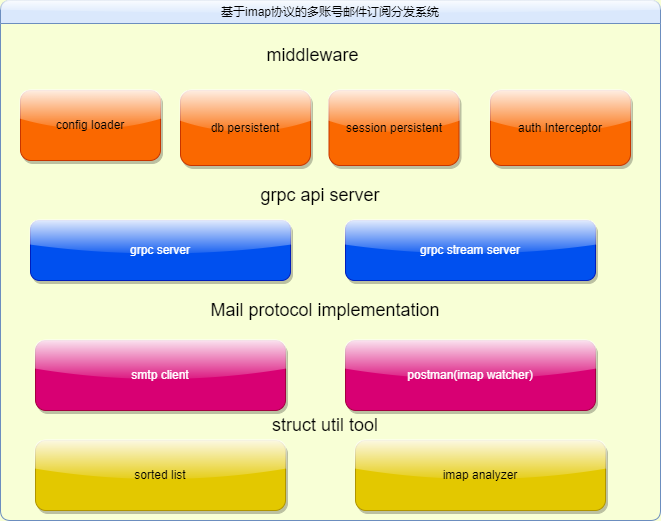
The draw.io diagram doc/image/系统架构图.png in wujunwei/gomail, before a commit. Source tidied: cells renumbered, new cells last; positions are measured from the earlier drawing's top-left corner, leaving out a move shared by most shapes. Source of this version:
```xml
<mxGraphModel background="#F8FFD6" shadow="1">
  <root>
    <mxCell id="0" />
    <mxCell id="1" parent="0" />
    <mxCell id="2" value="&lt;span style=&quot;font-weight: 400; text-align: left;&quot;&gt;基于imap协议的多账号邮件订阅分发系统&lt;/span&gt;" style="swimlane;whiteSpace=wrap;html=1;fillColor=#DAE8FC;strokeColor=#6c8ebf;rounded=1;sketch=0;glass=1;" parent="1" vertex="1">
      <mxGeometry width="660" height="520" as="geometry" />
    </mxCell>
    <mxCell id="3" value="config loader" style="rounded=1;whiteSpace=wrap;html=1;fillColor=#fa6800;strokeColor=#C73500;glass=1;shadow=1;fontColor=#000000;" parent="2" vertex="1">
      <mxGeometry x="20" y="90" width="140" height="70" as="geometry" />
    </mxCell>
    <mxCell id="4" value="db persistent" style="rounded=1;whiteSpace=wrap;html=1;fillColor=#fa6800;strokeColor=#C73500;sketch=0;shadow=1;glass=1;fontColor=#000000;" parent="2" vertex="1">
      <mxGeometry x="180" y="90" width="130" height="75" as="geometry" />
    </mxCell>
    <mxCell id="5" value="session persistent" style="rounded=1;whiteSpace=wrap;html=1;fillColor=#fa6800;strokeColor=#C73500;sketch=0;shadow=1;glass=1;fontColor=#000000;" parent="2" vertex="1">
      <mxGeometry x="328.5" y="90" width="130" height="75" as="geometry" />
    </mxCell>
    <mxCell id="6" value="auth Interceptor" style="rounded=1;whiteSpace=wrap;html=1;fillColor=#fa6800;strokeColor=#C73500;sketch=0;shadow=1;glass=1;fontColor=#000000;" parent="2" vertex="1">
      <mxGeometry x="490" y="90" width="140" height="75" as="geometry" />
    </mxCell>
    <mxCell id="7" value="grpc stream server" style="rounded=1;whiteSpace=wrap;html=1;shadow=1;glass=1;sketch=0;fillColor=#0050ef;fontColor=#ffffff;strokeColor=#001DBC;" parent="2" vertex="1">
      <mxGeometry x="345" y="220" width="250" height="60" as="geometry" />
    </mxCell>
    <mxCell id="8" value="grpc server" style="rounded=1;whiteSpace=wrap;html=1;shadow=1;glass=1;sketch=0;fillColor=#0050ef;fontColor=#ffffff;strokeColor=#001DBC;" parent="2" vertex="1">
      <mxGeometry x="30" y="220" width="260" height="60" as="geometry" />
    </mxCell>
    <mxCell id="9" value="smtp client" style="rounded=1;whiteSpace=wrap;html=1;fillColor=#d80073;strokeColor=#A50040;glass=1;shadow=1;fontColor=#ffffff;" parent="2" vertex="1">
      <mxGeometry x="35" y="340" width="250" height="70" as="geometry" />
    </mxCell>
    <mxCell id="10" value="postman(imap watcher)" style="rounded=1;whiteSpace=wrap;html=1;fillColor=#d80073;strokeColor=#A50040;glass=1;shadow=1;fontColor=#ffffff;" parent="2" vertex="1">
      <mxGeometry x="345" y="340" width="250" height="70" as="geometry" />
    </mxCell>
    <mxCell id="11" value="sorted list" style="rounded=1;whiteSpace=wrap;html=1;fillColor=#e3c800;strokeColor=#B09500;glass=1;shadow=1;fontColor=#000000;" parent="2" vertex="1">
      <mxGeometry x="35" y="440" width="250" height="70" as="geometry" />
    </mxCell>
    <mxCell id="12" value="imap&amp;nbsp;analyzer" style="rounded=1;whiteSpace=wrap;html=1;fillColor=#e3c800;strokeColor=#B09500;glass=1;shadow=1;fontColor=#000000;" parent="2" vertex="1">
      <mxGeometry x="355" y="440" width="250" height="70" as="geometry" />
    </mxCell>
    <mxCell id="13" value="&lt;font style=&quot;font-size: 18px;&quot;&gt;struct util tool&lt;/font&gt;" style="text;html=1;strokeColor=none;fillColor=none;align=center;verticalAlign=middle;whiteSpace=wrap;rounded=0;shadow=1;glass=1;sketch=0;" parent="2" vertex="1">
      <mxGeometry x="255" y="410" width="140" height="30" as="geometry" />
    </mxCell>
    <mxCell id="14" value="Mail protocol implementation" style="text;html=1;strokeColor=none;fillColor=none;align=center;verticalAlign=middle;whiteSpace=wrap;rounded=0;shadow=1;glass=1;sketch=0;fontSize=18;" parent="2" vertex="1">
      <mxGeometry x="170" y="295" width="310" height="30" as="geometry" />
    </mxCell>
    <mxCell id="15" value="grpc api server" style="text;html=1;strokeColor=none;fillColor=none;align=center;verticalAlign=middle;whiteSpace=wrap;rounded=0;shadow=1;glass=1;sketch=0;fontSize=18;" parent="2" vertex="1">
      <mxGeometry x="165" y="180" width="310" height="30" as="geometry" />
    </mxCell>
    <mxCell id="16" value="middleware" style="text;html=1;strokeColor=none;fillColor=none;align=center;verticalAlign=middle;whiteSpace=wrap;rounded=0;shadow=1;glass=1;sketch=0;fontSize=18;" parent="2" vertex="1">
      <mxGeometry x="210" y="40" width="205" height="30" as="geometry" />
    </mxCell>
  </root>
</mxGraphModel>
```
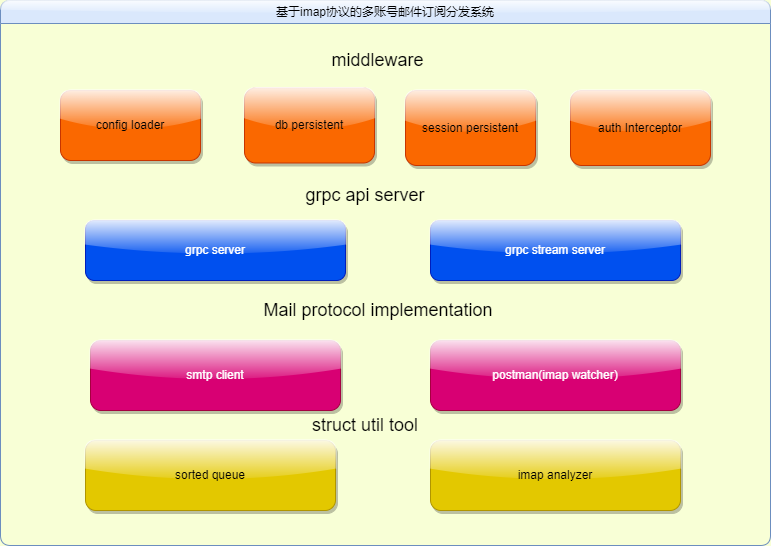
Later version of the same file.

What changed in the source:
```diff
@@ -3,49 +3,49 @@
     <mxCell id="0" />
     <mxCell id="1" parent="0" />
     <mxCell id="2" value="&lt;span style=&quot;font-weight: 400; text-align: left;&quot;&gt;基于imap协议的多账号邮件订阅分发系统&lt;/span&gt;" style="swimlane;whiteSpace=wrap;html=1;fillColor=#DAE8FC;strokeColor=#6c8ebf;rounded=1;sketch=0;glass=1;" parent="1" vertex="1">
-      <mxGeometry width="660" height="520" as="geometry" />
+      <mxGeometry width="770" height="545" as="geometry" />
     </mxCell>
     <mxCell id="3" value="config loader" style="rounded=1;whiteSpace=wrap;html=1;fillColor=#fa6800;strokeColor=#C73500;glass=1;shadow=1;fontColor=#000000;" parent="2" vertex="1">
-      <mxGeometry x="20" y="90" width="140" height="70" as="geometry" />
+      <mxGeometry x="60" y="90" width="140" height="70" as="geometry" />
     </mxCell>
     <mxCell id="4" value="db persistent" style="rounded=1;whiteSpace=wrap;html=1;fillColor=#fa6800;strokeColor=#C73500;sketch=0;shadow=1;glass=1;fontColor=#000000;" parent="2" vertex="1">
-      <mxGeometry x="180" y="90" width="130" height="75" as="geometry" />
+      <mxGeometry x="244" y="87.5" width="130" height="75" as="geometry" />
     </mxCell>
     <mxCell id="5" value="session persistent" style="rounded=1;whiteSpace=wrap;html=1;fillColor=#fa6800;strokeColor=#C73500;sketch=0;shadow=1;glass=1;fontColor=#000000;" parent="2" vertex="1">
-      <mxGeometry x="328.5" y="90" width="130" height="75" as="geometry" />
+      <mxGeometry x="405" y="90" width="130" height="75" as="geometry" />
     </mxCell>
     <mxCell id="6" value="auth Interceptor" style="rounded=1;whiteSpace=wrap;html=1;fillColor=#fa6800;strokeColor=#C73500;sketch=0;shadow=1;glass=1;fontColor=#000000;" parent="2" vertex="1">
-      <mxGeometry x="490" y="90" width="140" height="75" as="geometry" />
+      <mxGeometry x="570" y="90" width="140" height="75" as="geometry" />
     </mxCell>
     <mxCell id="7" value="grpc stream server" style="rounded=1;whiteSpace=wrap;html=1;shadow=1;glass=1;sketch=0;fillColor=#0050ef;fontColor=#ffffff;strokeColor=#001DBC;" parent="2" vertex="1">
-      <mxGeometry x="345" y="220" width="250" height="60" as="geometry" />
+      <mxGeometry x="430" y="220" width="250" height="60" as="geometry" />
     </mxCell>
     <mxCell id="8" value="grpc server" style="rounded=1;whiteSpace=wrap;html=1;shadow=1;glass=1;sketch=0;fillColor=#0050ef;fontColor=#ffffff;strokeColor=#001DBC;" parent="2" vertex="1">
-      <mxGeometry x="30" y="220" width="260" height="60" as="geometry" />
+      <mxGeometry x="85" y="220" width="260" height="60" as="geometry" />
     </mxCell>
     <mxCell id="9" value="smtp client" style="rounded=1;whiteSpace=wrap;html=1;fillColor=#d80073;strokeColor=#A50040;glass=1;shadow=1;fontColor=#ffffff;" parent="2" vertex="1">
-      <mxGeometry x="35" y="340" width="250" height="70" as="geometry" />
+      <mxGeometry x="90" y="340" width="250" height="70" as="geometry" />
     </mxCell>
     <mxCell id="10" value="postman(imap watcher)" style="rounded=1;whiteSpace=wrap;html=1;fillColor=#d80073;strokeColor=#A50040;glass=1;shadow=1;fontColor=#ffffff;" parent="2" vertex="1">
-      <mxGeometry x="345" y="340" width="250" height="70" as="geometry" />
+      <mxGeometry x="430" y="340" width="250" height="70" as="geometry" />
     </mxCell>
-    <mxCell id="11" value="sorted list" style="rounded=1;whiteSpace=wrap;html=1;fillColor=#e3c800;strokeColor=#B09500;glass=1;shadow=1;fontColor=#000000;" parent="2" vertex="1">
-      <mxGeometry x="35" y="440" width="250" height="70" as="geometry" />
+    <mxCell id="11" value="sorted queue" style="rounded=1;whiteSpace=wrap;html=1;fillColor=#e3c800;strokeColor=#B09500;glass=1;shadow=1;fontColor=#000000;" parent="2" vertex="1">
+      <mxGeometry x="85" y="440" width="250" height="70" as="geometry" />
     </mxCell>
     <mxCell id="12" value="imap&amp;nbsp;analyzer" style="rounded=1;whiteSpace=wrap;html=1;fillColor=#e3c800;strokeColor=#B09500;glass=1;shadow=1;fontColor=#000000;" parent="2" vertex="1">
-      <mxGeometry x="355" y="440" width="250" height="70" as="geometry" />
+      <mxGeometry x="430" y="440" width="250" height="70" as="geometry" />
     </mxCell>
     <mxCell id="13" value="&lt;font style=&quot;font-size: 18px;&quot;&gt;struct util tool&lt;/font&gt;" style="text;html=1;strokeColor=none;fillColor=none;align=center;verticalAlign=middle;whiteSpace=wrap;rounded=0;shadow=1;glass=1;sketch=0;" parent="2" vertex="1">
-      <mxGeometry x="255" y="410" width="140" height="30" as="geometry" />
+      <mxGeometry x="295" y="410" width="140" height="30" as="geometry" />
     </mxCell>
     <mxCell id="14" value="Mail protocol implementation" style="text;html=1;strokeColor=none;fillColor=none;align=center;verticalAlign=middle;whiteSpace=wrap;rounded=0;shadow=1;glass=1;sketch=0;fontSize=18;" parent="2" vertex="1">
-      <mxGeometry x="170" y="295" width="310" height="30" as="geometry" />
+      <mxGeometry x="222.5" y="295" width="310" height="30" as="geometry" />
     </mxCell>
     <mxCell id="15" value="grpc api server" style="text;html=1;strokeColor=none;fillColor=none;align=center;verticalAlign=middle;whiteSpace=wrap;rounded=0;shadow=1;glass=1;sketch=0;fontSize=18;" parent="2" vertex="1">
-      <mxGeometry x="165" y="180" width="310" height="30" as="geometry" />
+      <mxGeometry x="210" y="180" width="310" height="30" as="geometry" />
     </mxCell>
     <mxCell id="16" value="middleware" style="text;html=1;strokeColor=none;fillColor=none;align=center;verticalAlign=middle;whiteSpace=wrap;rounded=0;shadow=1;glass=1;sketch=0;fontSize=18;" parent="2" vertex="1">
-      <mxGeometry x="210" y="40" width="205" height="30" as="geometry" />
+      <mxGeometry x="275" y="45" width="205" height="30" as="geometry" />
     </mxCell>
   </root>
 </mxGraphModel>
```
